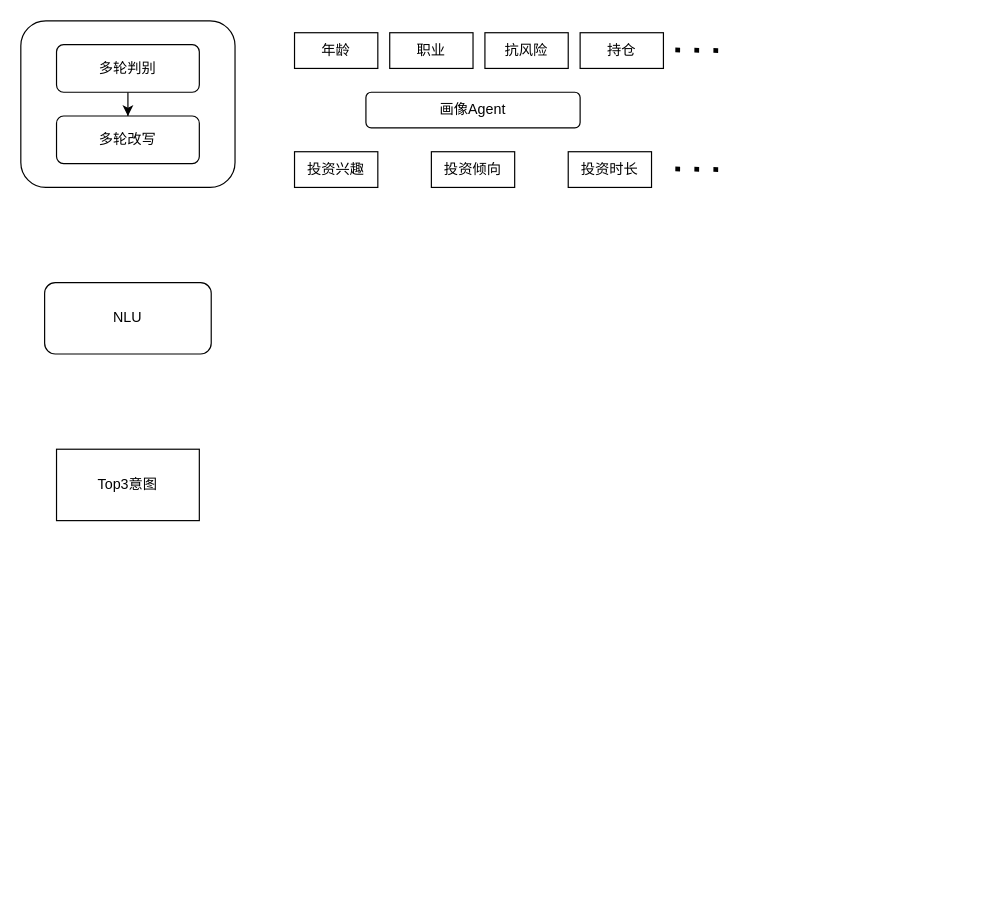
Earlier version of the draw.io diagram QAG+生成.drawio (ZhangHammer/ZhangHammer). Source tidied: cells renumbered, new cells numbered last; positions are measured from the earlier drawing's top-left corner, leaving out a move shared by most shapes. Both pictures are drawn from the tidied source at 119%, with x=0, y=0 at pixel (20, 20).
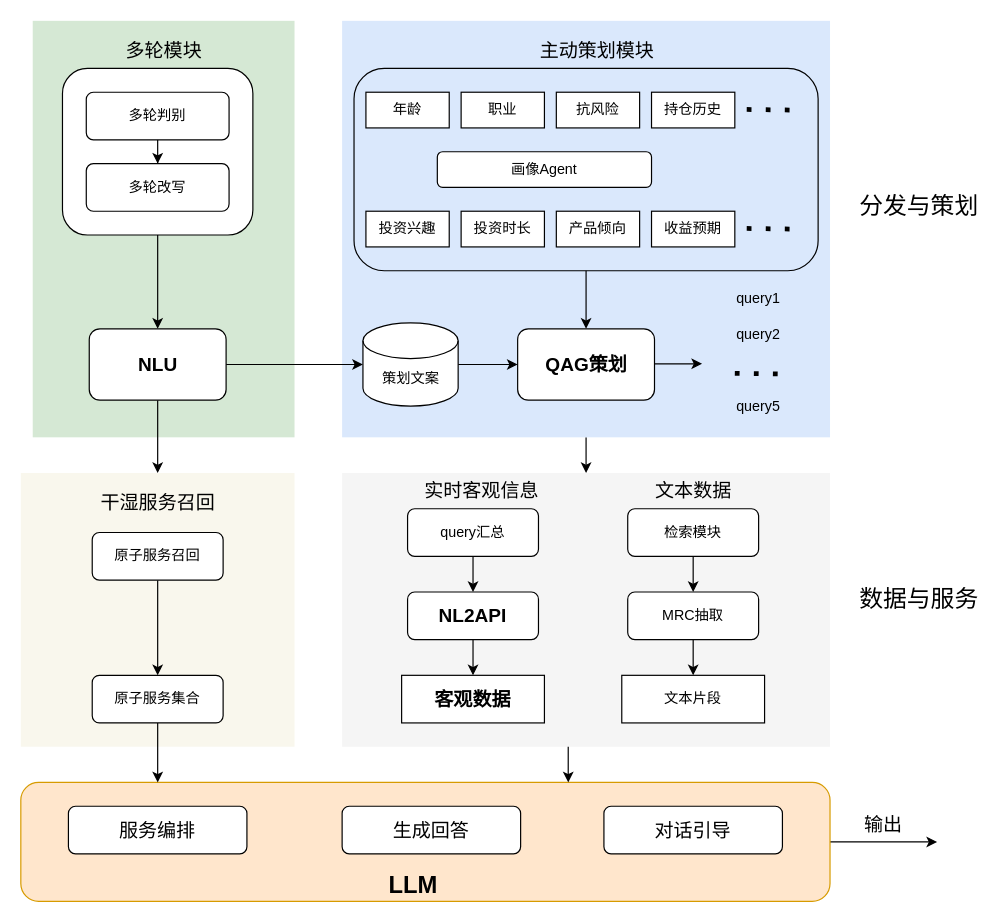
The same diagram, later.

What changed in the source:
```diff
@@
+    <mxCell id="18" style="rounded=0;whiteSpace=wrap;html=1;fillColor=#f9f7ed;strokeColor=none;" parent="1" vertex="1">
+      <mxGeometry y="380" width="230" height="230" as="geometry" />
+    </mxCell>
+    <mxCell id="19" style="edgeStyle=orthogonalEdgeStyle;rounded=0;jettySize=auto;html=1;exitX=1;exitY=0.5;exitDx=0;exitDy=0;" parent="1" edge="1" source="20">
+      <mxGeometry relative="1" as="geometry">
+        <mxPoint x="770" y="690" as="targetPoint" />
+      </mxGeometry>
+    </mxCell>
+    <mxCell id="20" style="rounded=1;whiteSpace=wrap;html=1;fillColor=#ffe6cc;strokeColor=#d79b00;" parent="1" vertex="1">
+      <mxGeometry y="640" width="680" height="100" as="geometry" />
+    </mxCell>
+    <mxCell id="21" style="rounded=0;whiteSpace=wrap;html=1;fillColor=#f5f5f5;fontColor=#333333;strokeColor=none;" parent="1" vertex="1">
+      <mxGeometry x="270" y="380" width="410" height="230" as="geometry" />
+    </mxCell>
+    <mxCell id="22" style="edgeStyle=orthogonalEdgeStyle;rounded=0;jettySize=auto;html=1;exitX=0.5;exitY=1;exitDx=0;exitDy=0;entryX=0.5;entryY=0;entryDx=0;entryDy=0;" parent="1" edge="1" source="23" target="21">
+      <mxGeometry relative="1" as="geometry" />
+    </mxCell>
+    <mxCell id="23" style="rounded=0;whiteSpace=wrap;html=1;fillColor=#dae8fc;strokeColor=none;" parent="1" vertex="1">
+      <mxGeometry x="270" width="410" height="350" as="geometry" />
+    </mxCell>
+    <mxCell id="24" style="edgeStyle=orthogonalEdgeStyle;rounded=0;jettySize=auto;html=1;exitX=0.5;exitY=1;exitDx=0;exitDy=0;entryX=0.5;entryY=0;entryDx=0;entryDy=0;" parent="1" edge="1" source="25" target="30">
+      <mxGeometry relative="1" as="geometry" />
+    </mxCell>
+    <mxCell id="25" style="rounded=1;whiteSpace=wrap;html=1;fillColor=none;" parent="1" vertex="1">
+      <mxGeometry x="280" y="40" width="390" height="170" as="geometry" />
+    </mxCell>
+    <mxCell id="26" style="rounded=0;whiteSpace=wrap;html=1;fillColor=#d5e8d4;strokeColor=none;" parent="1" vertex="1">
+      <mxGeometry x="10" width="220" height="350" as="geometry" />
+    </mxCell>
+    <mxCell id="27" style="edgeStyle=orthogonalEdgeStyle;rounded=0;jettySize=auto;html=1;exitX=0.5;exitY=1;exitDx=0;exitDy=0;" parent="1" edge="1" source="2" target="6">
+      <mxGeometry relative="1" as="geometry" />
+    </mxCell>
     <mxCell id="2" style="rounded=1;whiteSpace=wrap;html=1;" parent="1" vertex="1">
-      <mxGeometry width="180" height="140" as="geometry" />
+      <mxGeometry x="35" y="40" width="160" height="140" as="geometry" />
     </mxCell>
@@
     <mxCell id="4" value="多轮判别" style="rounded=1;whiteSpace=wrap;html=1;" parent="1" vertex="1">
-      <mxGeometry x="30" y="20" width="120" height="40" as="geometry" />
+      <mxGeometry x="55" y="60" width="120" height="40" as="geometry" />
     </mxCell>
     <mxCell id="5" value="多轮改写" style="rounded=1;whiteSpace=wrap;html=1;" parent="1" vertex="1">
-      <mxGeometry x="30" y="80" width="120" height="40" as="geometry" />
+      <mxGeometry x="55" y="120" width="120" height="40" as="geometry" />
     </mxCell>
+    <mxCell id="28" style="edgeStyle=orthogonalEdgeStyle;rounded=0;jettySize=auto;html=1;exitX=1;exitY=0.5;exitDx=0;exitDy=0;entryX=0;entryY=0.5;entryDx=0;entryDy=0;entryPerimeter=0;" parent="1" edge="1" source="6" target="32">
+      <mxGeometry relative="1" as="geometry" />
+    </mxCell>
+    <mxCell id="29" style="edgeStyle=orthogonalEdgeStyle;rounded=0;jettySize=auto;html=1;exitX=0.5;exitY=1;exitDx=0;exitDy=0;entryX=0.5;entryY=0;entryDx=0;entryDy=0;" parent="1" edge="1" source="6" target="18">
+      <mxGeometry relative="1" as="geometry" />
+    </mxCell>
-    <mxCell id="6" value="NLU" style="rounded=1;whiteSpace=wrap;html=1;" parent="1" vertex="1">
-      <mxGeometry x="20" y="220" width="140" height="60" as="geometry" />
+    <mxCell id="6" value="&lt;font style=&quot;font-size: 16px;&quot;&gt;&lt;b&gt;NLU&lt;/b&gt;&lt;/font&gt;" style="rounded=1;whiteSpace=wrap;html=1;" parent="1" vertex="1">
+      <mxGeometry x="57.5" y="258.8" width="115" height="60" as="geometry" />
     </mxCell>
-    <mxCell id="7" value="Top3意图" style="rounded=0;whiteSpace=wrap;html=1;" parent="1" vertex="1">
-      <mxGeometry x="30" y="360" width="120" height="60" as="geometry" />
-    </mxCell>
     <mxCell id="8" value="年龄" style="rounded=0;whiteSpace=wrap;html=1;" parent="1" vertex="1">
-      <mxGeometry x="230" y="10" width="70" height="30" as="geometry" />
+      <mxGeometry x="290" y="60" width="70" height="30" as="geometry" />
     </mxCell>
     <mxCell id="9" value="职业" style="rounded=0;whiteSpace=wrap;html=1;" parent="1" vertex="1">
-      <mxGeometry x="310" y="10" width="70" height="30" as="geometry" />
+      <mxGeometry x="370" y="60" width="70" height="30" as="geometry" />
     </mxCell>
     <mxCell id="10" value="抗风险" style="rounded=0;whiteSpace=wrap;html=1;" parent="1" vertex="1">
-      <mxGeometry x="390" y="10" width="70" height="30" as="geometry" />
+      <mxGeometry x="450" y="60" width="70" height="30" as="geometry" />
     </mxCell>
-    <mxCell id="11" value="持仓" style="rounded=0;whiteSpace=wrap;html=1;" parent="1" vertex="1">
-      <mxGeometry x="470" y="10" width="70" height="30" as="geometry" />
+    <mxCell id="11" value="持仓历史" style="rounded=0;whiteSpace=wrap;html=1;" parent="1" vertex="1">
+      <mxGeometry x="530" y="60" width="70" height="30" as="geometry" />
     </mxCell>
     <mxCell id="12" style="endArrow=none;dashed=1;html=1;dashPattern=1 3;strokeWidth=4;rounded=0;" parent="1" edge="1">
       <mxGeometry relative="1" as="geometry">
-        <mxPoint x="550" y="24.5" as="sourcePoint" />
-        <mxPoint x="590" y="25" as="targetPoint" />
+        <mxPoint x="610" y="74.5" as="sourcePoint" />
+        <mxPoint x="650" y="75" as="targetPoint" />
       </mxGeometry>
     </mxCell>
     <mxCell id="13" value="画像Agent" style="rounded=1;whiteSpace=wrap;html=1;" parent="1" vertex="1">
-      <mxGeometry x="290" y="60" width="180" height="30" as="geometry" />
+      <mxGeometry x="350" y="110" width="180" height="30" as="geometry" />
     </mxCell>
     <mxCell id="14" value="投资兴趣" style="rounded=0;whiteSpace=wrap;html=1;" parent="1" vertex="1">
-      <mxGeometry x="230" y="110" width="70" height="30" as="geometry" />
+      <mxGeometry x="290" y="160" width="70" height="30" as="geometry" />
     </mxCell>
-    <mxCell id="15" value="投资倾向" style="rounded=0;whiteSpace=wrap;html=1;" parent="1" vertex="1">
-      <mxGeometry x="345" y="110" width="70" height="30" as="geometry" />
+    <mxCell id="15" value="产品倾向" style="rounded=0;whiteSpace=wrap;html=1;" parent="1" vertex="1">
+      <mxGeometry x="450" y="160" width="70" height="30" as="geometry" />
     </mxCell>
-    <mxCell id="16" value="投资时长" style="rounded=0;whiteSpace=wrap;html=1;" parent="1" vertex="1">
-      <mxGeometry x="460" y="110" width="70" height="30" as="geometry" />
+    <mxCell id="16" value="收益预期" style="rounded=0;whiteSpace=wrap;html=1;" parent="1" vertex="1">
+      <mxGeometry x="530" y="160" width="70" height="30" as="geometry" />
     </mxCell>
     <mxCell id="17" style="endArrow=none;dashed=1;html=1;dashPattern=1 3;strokeWidth=4;rounded=0;" parent="1" edge="1">
       <mxGeometry relative="1" as="geometry">
-        <mxPoint x="550" y="124.5" as="sourcePoint" />
-        <mxPoint x="590" y="125" as="targetPoint" />
+        <mxPoint x="610" y="174.5" as="sourcePoint" />
+        <mxPoint x="650" y="175" as="targetPoint" />
       </mxGeometry>
     </mxCell>
+    <mxCell id="30" value="&lt;font style=&quot;font-size: 16px;&quot;&gt;&lt;b&gt;QAG策划&lt;/b&gt;&lt;/font&gt;" style="rounded=1;whiteSpace=wrap;html=1;" parent="1" vertex="1">
+      <mxGeometry x="417.5" y="258.8" width="115" height="60" as="geometry" />
+    </mxCell>
+    <mxCell id="31" style="edgeStyle=orthogonalEdgeStyle;rounded=0;jettySize=auto;html=1;exitX=1;exitY=0.5;exitDx=0;exitDy=0;exitPerimeter=0;" parent="1" edge="1" source="32" target="30">
+      <mxGeometry relative="1" as="geometry" />
+    </mxCell>
+    <mxCell id="32" value="策划文案" style="shape=cylinder3;whiteSpace=wrap;html=1;boundedLbl=1;backgroundOutline=1;size=15;" parent="1" vertex="1">
+      <mxGeometry x="287.5" y="253.8" width="80" height="70" as="geometry" />
+    </mxCell>
+    <mxCell id="33" value="query1" style="text;html=1;strokeColor=none;fillColor=none;align=center;verticalAlign=middle;whiteSpace=wrap;rounded=0;" parent="1" vertex="1">
+      <mxGeometry x="590" y="220" width="60" height="28.8" as="geometry" />
+    </mxCell>
+    <mxCell id="34" value="query2" style="text;html=1;strokeColor=none;fillColor=none;align=center;verticalAlign=middle;whiteSpace=wrap;rounded=0;" parent="1" vertex="1">
+      <mxGeometry x="590" y="248.8" width="60" height="30" as="geometry" />
+    </mxCell>
+    <mxCell id="35" style="endArrow=none;dashed=1;html=1;dashPattern=1 3;strokeWidth=4;rounded=0;" parent="1" edge="1">
+      <mxGeometry relative="1" as="geometry">
+        <mxPoint x="600" y="296.2" as="sourcePoint" />
+        <mxPoint x="640" y="296.8" as="targetPoint" />
+      </mxGeometry>
+    </mxCell>
+    <mxCell id="36" value="query5" style="text;html=1;strokeColor=none;fillColor=none;align=center;verticalAlign=middle;whiteSpace=wrap;rounded=0;" parent="1" vertex="1">
+      <mxGeometry x="590" y="308.8" width="60" height="30" as="geometry" />
+    </mxCell>
+    <mxCell id="37" value="投资时长" style="rounded=0;whiteSpace=wrap;html=1;" parent="1" vertex="1">
+      <mxGeometry x="370" y="160" width="70" height="30" as="geometry" />
+    </mxCell>
+    <mxCell id="38" value="&lt;font style=&quot;font-size: 16px;&quot;&gt;生成回答&lt;/font&gt;" style="rounded=1;whiteSpace=wrap;html=1;" parent="1" vertex="1">
+      <mxGeometry x="270" y="660" width="150" height="40" as="geometry" />
+    </mxCell>
+    <mxCell id="39" style="endArrow=classic;html=1;rounded=0;" parent="1" edge="1">
+      <mxGeometry relative="1" as="geometry">
+        <mxPoint x="532.5" y="288.2" as="sourcePoint" />
+        <mxPoint x="572.5" y="288.2" as="targetPoint" />
+      </mxGeometry>
+    </mxCell>
+    <mxCell id="40" style="edgeStyle=orthogonalEdgeStyle;rounded=0;jettySize=auto;html=1;exitX=0.5;exitY=1;exitDx=0;exitDy=0;entryX=0.5;entryY=0;entryDx=0;entryDy=0;" parent="1" edge="1" source="41" target="43">
+      <mxGeometry relative="1" as="geometry" />
+    </mxCell>
+    <mxCell id="41" value="query汇总" style="rounded=1;whiteSpace=wrap;html=1;" parent="1" vertex="1">
+      <mxGeometry x="325" y="410" width="110" height="40" as="geometry" />
+    </mxCell>
+    <mxCell id="42" style="edgeStyle=orthogonalEdgeStyle;rounded=0;jettySize=auto;html=1;exitX=0.5;exitY=1;exitDx=0;exitDy=0;entryX=0.5;entryY=0;entryDx=0;entryDy=0;" parent="1" edge="1" source="43" target="44">
+      <mxGeometry relative="1" as="geometry" />
+    </mxCell>
+    <mxCell id="43" value="&lt;b&gt;&lt;font style=&quot;font-size: 16px;&quot;&gt;NL2API&lt;/font&gt;&lt;/b&gt;" style="rounded=1;whiteSpace=wrap;html=1;" parent="1" vertex="1">
+      <mxGeometry x="325" y="480" width="110" height="40" as="geometry" />
+    </mxCell>
+    <mxCell id="44" value="&lt;font style=&quot;font-size: 16px;&quot;&gt;&lt;b&gt;客观数据&lt;/b&gt;&lt;/font&gt;" style="rounded=0;whiteSpace=wrap;html=1;" parent="1" vertex="1">
+      <mxGeometry x="320" y="550" width="120" height="40" as="geometry" />
+    </mxCell>
+    <mxCell id="45" style="edgeStyle=orthogonalEdgeStyle;rounded=0;jettySize=auto;html=1;exitX=0.5;exitY=1;exitDx=0;exitDy=0;entryX=0.5;entryY=0;entryDx=0;entryDy=0;" parent="1" edge="1" source="46" target="48">
+      <mxGeometry relative="1" as="geometry" />
+    </mxCell>
+    <mxCell id="46" value="检索模块" style="rounded=1;whiteSpace=wrap;html=1;" parent="1" vertex="1">
+      <mxGeometry x="510" y="410" width="110" height="40" as="geometry" />
+    </mxCell>
+    <mxCell id="47" style="edgeStyle=orthogonalEdgeStyle;rounded=0;jettySize=auto;html=1;exitX=0.5;exitY=1;exitDx=0;exitDy=0;entryX=0.5;entryY=0;entryDx=0;entryDy=0;" parent="1" edge="1" source="48" target="49">
+      <mxGeometry relative="1" as="geometry" />
+    </mxCell>
+    <mxCell id="48" value="MRC抽取" style="rounded=1;whiteSpace=wrap;html=1;" parent="1" vertex="1">
+      <mxGeometry x="510" y="480" width="110" height="40" as="geometry" />
+    </mxCell>
+    <mxCell id="49" value="文本片段" style="rounded=0;whiteSpace=wrap;html=1;" parent="1" vertex="1">
+      <mxGeometry x="505" y="550" width="120" height="40" as="geometry" />
+    </mxCell>
+    <mxCell id="50" style="edgeStyle=orthogonalEdgeStyle;rounded=0;jettySize=auto;html=1;exitX=0.5;exitY=1;exitDx=0;exitDy=0;entryX=0.5;entryY=0;entryDx=0;entryDy=0;" parent="1" edge="1" source="51" target="53">
+      <mxGeometry relative="1" as="geometry" />
+    </mxCell>
+    <mxCell id="51" value="原子服务召回" style="rounded=1;whiteSpace=wrap;html=1;" parent="1" vertex="1">
+      <mxGeometry x="60" y="430" width="110" height="40" as="geometry" />
+    </mxCell>
+    <mxCell id="52" style="edgeStyle=orthogonalEdgeStyle;rounded=0;jettySize=auto;html=1;exitX=0.5;exitY=1;exitDx=0;exitDy=0;" parent="1" edge="1" source="53">
+      <mxGeometry relative="1" as="geometry">
+        <mxPoint x="115" y="640" as="targetPoint" />
+      </mxGeometry>
+    </mxCell>
+    <mxCell id="53" value="原子服务集合" style="rounded=1;whiteSpace=wrap;html=1;" parent="1" vertex="1">
+      <mxGeometry x="60" y="550" width="110" height="40" as="geometry" />
+    </mxCell>
+    <mxCell id="54" value="&lt;font style=&quot;font-size: 16px;&quot;&gt;服务编排&lt;/font&gt;" style="rounded=1;whiteSpace=wrap;html=1;" parent="1" vertex="1">
+      <mxGeometry x="40" y="660" width="150" height="40" as="geometry" />
+    </mxCell>
+    <mxCell id="55" value="&lt;font style=&quot;font-size: 16px;&quot;&gt;对话引导&lt;/font&gt;" style="rounded=1;whiteSpace=wrap;html=1;" parent="1" vertex="1">
+      <mxGeometry x="490" y="660" width="150" height="40" as="geometry" />
+    </mxCell>
+    <mxCell id="56" value="&lt;b&gt;LLM&lt;/b&gt;" style="text;html=1;strokeColor=none;fillColor=none;align=center;verticalAlign=middle;whiteSpace=wrap;rounded=0;fontSize=20;" parent="1" vertex="1">
+      <mxGeometry x="300" y="710" width="60" height="30" as="geometry" />
+    </mxCell>
+    <mxCell id="57" style="endArrow=classic;html=1;rounded=0;" parent="1" edge="1">
+      <mxGeometry relative="1" as="geometry">
+        <mxPoint x="460" y="610" as="sourcePoint" />
+        <mxPoint x="460" y="640" as="targetPoint" />
+      </mxGeometry>
+    </mxCell>
+    <mxCell id="58" value="多轮模块" style="text;html=1;strokeColor=none;fillColor=none;align=center;verticalAlign=middle;whiteSpace=wrap;rounded=0;fontSize=16;" parent="1" vertex="1">
+      <mxGeometry x="67.5" y="10" width="105" height="30" as="geometry" />
+    </mxCell>
+    <mxCell id="59" value="主动策划模块" style="text;html=1;strokeColor=none;fillColor=none;align=center;verticalAlign=middle;whiteSpace=wrap;rounded=0;fontSize=16;" parent="1" vertex="1">
+      <mxGeometry x="417.5" y="10" width="132.5" height="30" as="geometry" />
+    </mxCell>
+    <mxCell id="60" value="干湿服务召回" style="text;html=1;strokeColor=none;fillColor=none;align=center;verticalAlign=middle;whiteSpace=wrap;rounded=0;fontSize=16;" parent="1" vertex="1">
+      <mxGeometry x="47.5" y="390" width="135" height="30" as="geometry" />
+    </mxCell>
+    <mxCell id="61" value="实时客观信息" style="text;html=1;strokeColor=none;fillColor=none;align=center;verticalAlign=middle;whiteSpace=wrap;rounded=0;fontSize=16;" parent="1" vertex="1">
+      <mxGeometry x="320" y="380" width="135" height="30" as="geometry" />
+    </mxCell>
+    <mxCell id="62" value="文本数据" style="text;html=1;strokeColor=none;fillColor=none;align=center;verticalAlign=middle;whiteSpace=wrap;rounded=0;fontSize=16;" parent="1" vertex="1">
+      <mxGeometry x="497.5" y="380" width="135" height="30" as="geometry" />
+    </mxCell>
+    <mxCell id="63" value="输出" style="text;html=1;strokeColor=none;fillColor=none;align=center;verticalAlign=middle;whiteSpace=wrap;rounded=0;fontSize=16;" parent="1" vertex="1">
+      <mxGeometry x="680" y="660" width="90" height="30" as="geometry" />
+    </mxCell>
+    <mxCell id="64" value="分发与策划" style="text;html=1;strokeColor=none;fillColor=none;align=center;verticalAlign=middle;whiteSpace=wrap;rounded=0;fontSize=20;" parent="1" vertex="1">
+      <mxGeometry x="700" y="140" width="110" height="30" as="geometry" />
+    </mxCell>
+    <mxCell id="65" value="数据与服务" style="text;html=1;strokeColor=none;fillColor=none;align=center;verticalAlign=middle;whiteSpace=wrap;rounded=0;fontSize=20;" parent="1" vertex="1">
+      <mxGeometry x="700" y="470" width="110" height="30" as="geometry" />
+    </mxCell>
```
